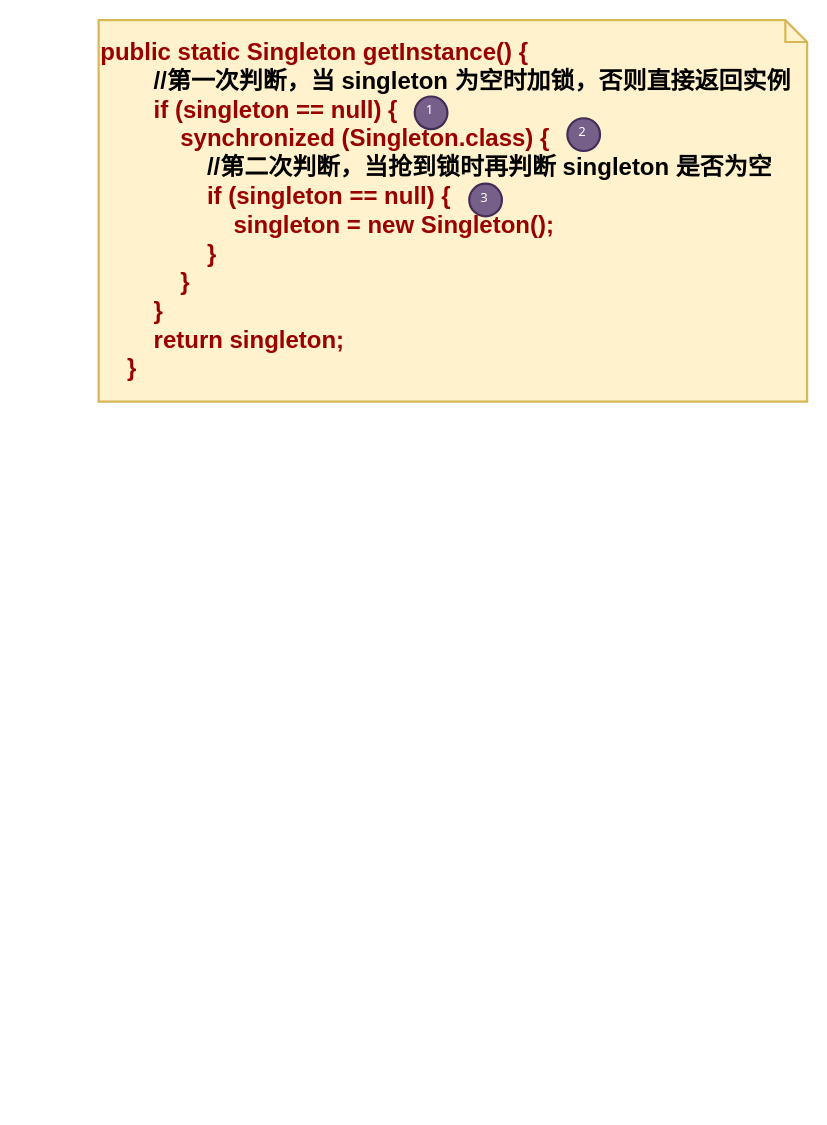
Above: 软件设计模式.drawio in C-wx/MindManager (draw.io), before the change. Source tidied: cells renumbered, new cells numbered last; positions are measured from the earlier drawing's top-left corner, leaving out a move shared by most shapes. Both pictures are drawn from the tidied source at 109%, with x=0, y=0 at pixel (98, 20).
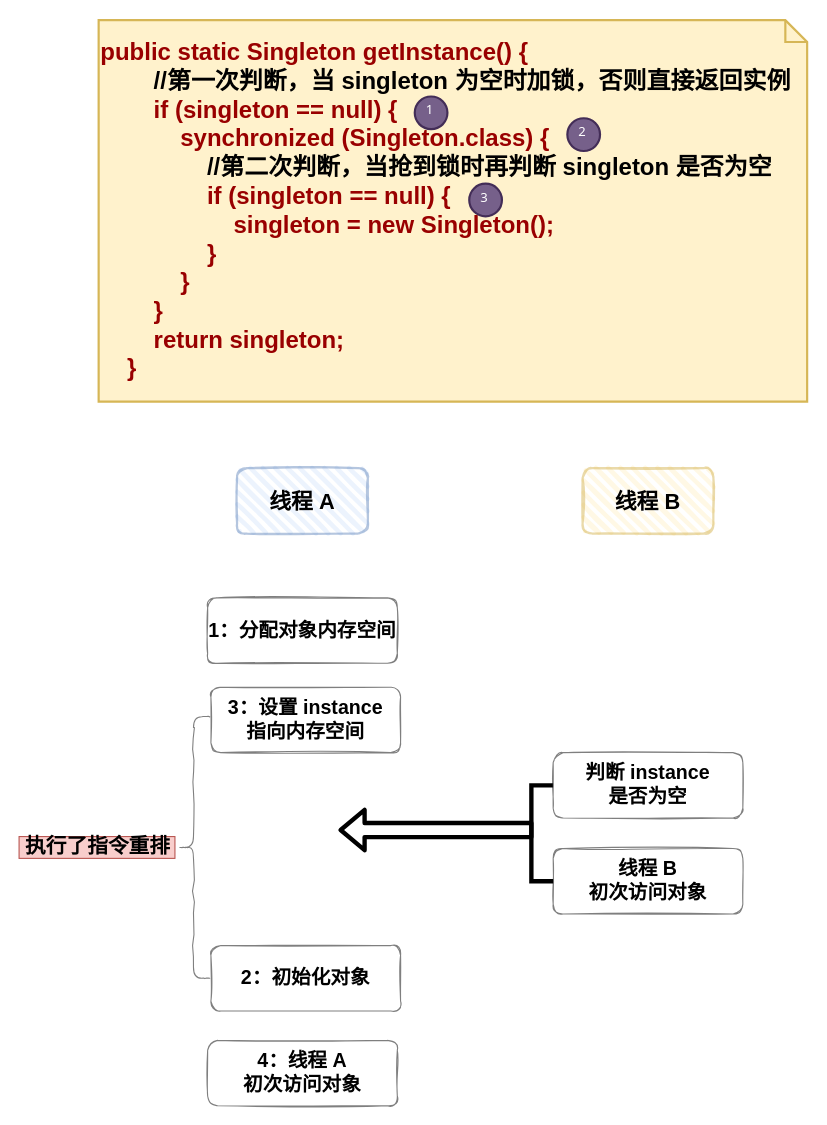
After the change.

Commit message:
Update 软件设计模式.drawio

Change to the diagram source:
```diff
@@
 <mxGraphModel>
   <root>
     <mxCell id="0" />
     <mxCell id="1" parent="0" />
     <mxCell id="2" style="group;" parent="1" vertex="1">
       <mxGeometry width="650" height="350" as="geometry" />
     </mxCell>
     <mxCell id="3" value="&lt;p style=&quot;line-height: 120%&quot;&gt;&lt;/p&gt;&lt;div style=&quot;font-size: 22px&quot; class=&quot;cs_cursor&quot;&gt;&lt;font style=&quot;font-size: 22px&quot; color=&quot;#990000&quot;&gt;&lt;b&gt;public static Singleton getInstance() {&lt;/b&gt;&lt;/font&gt;&lt;/div&gt;&lt;div style=&quot;font-size: 22px&quot; class=&quot;cs_cursor&quot;&gt;&lt;font style=&quot;font-size: 22px&quot;&gt;&lt;b&gt;&lt;font color=&quot;#990000&quot;&gt;&amp;nbsp; &amp;nbsp; &amp;nbsp; &amp;nbsp; &lt;/font&gt;&lt;font color=&quot;#000000&quot;&gt;//第一次判断，当 singleton 为空时加锁，否则直接返回实例&lt;/font&gt;&lt;/b&gt;&lt;/font&gt;&lt;/div&gt;&lt;div style=&quot;font-size: 22px&quot; class=&quot;cs_cursor&quot;&gt;&lt;font style=&quot;font-size: 22px&quot; color=&quot;#990000&quot;&gt;&lt;b&gt;&amp;nbsp; &amp;nbsp; &amp;nbsp; &amp;nbsp; if (singleton == null) {&lt;/b&gt;&lt;/font&gt;&lt;/div&gt;&lt;div style=&quot;font-size: 22px&quot; class=&quot;cs_cursor&quot;&gt;&lt;font style=&quot;font-size: 22px&quot; color=&quot;#990000&quot;&gt;&lt;b&gt;&amp;nbsp; &amp;nbsp; &amp;nbsp; &amp;nbsp; &amp;nbsp; &amp;nbsp; synchronized (Singleton.class) {&lt;/b&gt;&lt;/font&gt;&lt;/div&gt;&lt;div style=&quot;font-size: 22px&quot; class=&quot;cs_cursor&quot;&gt;&lt;font style=&quot;font-size: 22px&quot;&gt;&lt;b&gt;&lt;font color=&quot;#990000&quot;&gt;&amp;nbsp; &amp;nbsp; &amp;nbsp; &amp;nbsp; &amp;nbsp; &amp;nbsp; &amp;nbsp; &amp;nbsp; &lt;/font&gt;&lt;font color=&quot;#000000&quot;&gt;//第二次判断，当抢到锁时再判断 singleton 是否为空&lt;/font&gt;&lt;/b&gt;&lt;/font&gt;&lt;/div&gt;&lt;div style=&quot;font-size: 22px&quot; class=&quot;cs_cursor&quot;&gt;&lt;font style=&quot;font-size: 22px&quot; color=&quot;#990000&quot;&gt;&lt;b&gt;&amp;nbsp; &amp;nbsp; &amp;nbsp; &amp;nbsp; &amp;nbsp; &amp;nbsp; &amp;nbsp; &amp;nbsp; if (singleton == null) {&lt;/b&gt;&lt;/font&gt;&lt;/div&gt;&lt;div style=&quot;font-size: 22px&quot; class=&quot;cs_cursor&quot;&gt;&lt;font style=&quot;font-size: 22px&quot; color=&quot;#990000&quot;&gt;&lt;b&gt;&amp;nbsp; &amp;nbsp; &amp;nbsp; &amp;nbsp; &amp;nbsp; &amp;nbsp; &amp;nbsp; &amp;nbsp; &amp;nbsp; &amp;nbsp; singleton = new Singleton();&lt;/b&gt;&lt;/font&gt;&lt;/div&gt;&lt;div style=&quot;font-size: 22px&quot; class=&quot;cs_cursor&quot;&gt;&lt;font style=&quot;font-size: 22px&quot; color=&quot;#990000&quot;&gt;&lt;b&gt;&amp;nbsp; &amp;nbsp; &amp;nbsp; &amp;nbsp; &amp;nbsp; &amp;nbsp; &amp;nbsp; &amp;nbsp; }&lt;/b&gt;&lt;/font&gt;&lt;/div&gt;&lt;div style=&quot;font-size: 22px&quot; class=&quot;cs_cursor&quot;&gt;&lt;font style=&quot;font-size: 22px&quot; color=&quot;#990000&quot;&gt;&lt;b&gt;&amp;nbsp; &amp;nbsp; &amp;nbsp; &amp;nbsp; &amp;nbsp; &amp;nbsp; }&lt;/b&gt;&lt;/font&gt;&lt;/div&gt;&lt;div style=&quot;font-size: 22px&quot; class=&quot;cs_cursor&quot;&gt;&lt;font style=&quot;font-size: 22px&quot; color=&quot;#990000&quot;&gt;&lt;b&gt;&amp;nbsp; &amp;nbsp; &amp;nbsp; &amp;nbsp; }&lt;/b&gt;&lt;/font&gt;&lt;/div&gt;&lt;div style=&quot;font-size: 22px&quot; class=&quot;cs_cursor&quot;&gt;&lt;font style=&quot;font-size: 22px&quot; color=&quot;#990000&quot;&gt;&lt;b&gt;&amp;nbsp; &amp;nbsp; &amp;nbsp; &amp;nbsp; return singleton;&lt;/b&gt;&lt;/font&gt;&lt;/div&gt;&lt;div style=&quot;font-size: 22px&quot; class=&quot;cs_cursor&quot;&gt;&lt;font style=&quot;font-size: 22px&quot; color=&quot;#990000&quot;&gt;&lt;b&gt;&amp;nbsp; &amp;nbsp; }&lt;/b&gt;&lt;/font&gt;&lt;/div&gt;&lt;p&gt;&lt;/p&gt;" style="shape=note;strokeWidth=2;fontSize=14;size=20;whiteSpace=wrap;html=1;fillColor=#fff2cc;strokeColor=#d6b656;fontColor=#666600;align=left;" parent="2" vertex="1">
       <mxGeometry width="650" height="350" as="geometry" />
     </mxCell>
     <mxCell id="4" value="1" style="ellipse;whiteSpace=wrap;html=1;strokeWidth=2;fontFamily=Tahoma;spacingBottom=4;spacingRight=2;strokeColor=#432D57;fillColor=#76608a;fontColor=#ffffff;" parent="2" vertex="1">
       <mxGeometry x="290" y="70" width="30" height="30" as="geometry" />
     </mxCell>
     <mxCell id="5" value="2" style="ellipse;whiteSpace=wrap;html=1;strokeWidth=2;fontFamily=Tahoma;spacingBottom=4;spacingRight=2;strokeColor=#432D57;fillColor=#76608a;fontColor=#ffffff;" parent="2" vertex="1">
       <mxGeometry x="430" y="90" width="30" height="30" as="geometry" />
     </mxCell>
     <mxCell id="6" value="3" style="ellipse;whiteSpace=wrap;html=1;strokeWidth=2;fontFamily=Tahoma;spacingBottom=4;spacingRight=2;strokeColor=#432D57;fillColor=#76608a;fontColor=#ffffff;" parent="2" vertex="1">
       <mxGeometry x="340" y="150" width="30" height="30" as="geometry" />
     </mxCell>
+    <mxCell id="7" value="&lt;font size=&quot;1&quot;&gt;&lt;b style=&quot;font-size: 20px&quot;&gt;线程 A&lt;/b&gt;&lt;/font&gt;" style="rounded=1;whiteSpace=wrap;html=1;strokeWidth=2;fillWeight=4;hachureGap=8;hachureAngle=45;fillColor=#dae8fc;sketch=1;shadow=0;opacity=50;strokeColor=#6c8ebf;" parent="1" vertex="1">
+      <mxGeometry x="127" y="411" width="120" height="60" as="geometry" />
+    </mxCell>
+    <mxCell id="8" value="&lt;font size=&quot;1&quot;&gt;&lt;b style=&quot;font-size: 20px&quot;&gt;线程 B&lt;/b&gt;&lt;/font&gt;" style="rounded=1;whiteSpace=wrap;html=1;strokeWidth=2;fillWeight=4;hachureGap=8;hachureAngle=45;fillColor=#fff2cc;sketch=1;shadow=0;opacity=50;strokeColor=#d6b656;" parent="1" vertex="1">
+      <mxGeometry x="444" y="411" width="120" height="60" as="geometry" />
+    </mxCell>
+    <mxCell id="9" value="&lt;b style=&quot;font-size: 18px&quot;&gt;1：分配对象内存空间&lt;/b&gt;" style="rounded=1;whiteSpace=wrap;html=1;shadow=0;comic=1;opacity=50;sketch=1;" parent="1" vertex="1">
+      <mxGeometry x="100" y="530" width="174" height="60" as="geometry" />
+    </mxCell>
+    <mxCell id="10" value="&lt;b style=&quot;font-size: 18px&quot;&gt;3：设置 instance &lt;br&gt;指向内存空间&lt;/b&gt;" style="rounded=1;whiteSpace=wrap;html=1;shadow=0;comic=1;opacity=50;sketch=1;" parent="1" vertex="1">
+      <mxGeometry x="103" y="612" width="174" height="60" as="geometry" />
+    </mxCell>
+    <mxCell id="11" value="&lt;b style=&quot;font-size: 18px&quot;&gt;2：初始化对象&lt;/b&gt;" style="rounded=1;whiteSpace=wrap;html=1;shadow=0;comic=1;opacity=50;sketch=1;" parent="1" vertex="1">
+      <mxGeometry x="103" y="849" width="174" height="60" as="geometry" />
+    </mxCell>
+    <mxCell id="12" value="&lt;b style=&quot;font-size: 18px&quot;&gt;4：线程 A &lt;br&gt;初次访问对象&lt;/b&gt;" style="rounded=1;whiteSpace=wrap;html=1;shadow=0;comic=1;opacity=50;sketch=1;" parent="1" vertex="1">
+      <mxGeometry x="100" y="936" width="174" height="60" as="geometry" />
+    </mxCell>
+    <mxCell id="13" style="edgeStyle=orthogonalEdgeStyle;rounded=0;jettySize=auto;html=1;exitX=0;exitY=0.5;exitDx=0;exitDy=0;entryX=0;entryY=0.5;entryDx=0;entryDy=0;strokeWidth=4;endArrow=none;endFill=0;" parent="1" edge="1" source="14" target="15">
+      <mxGeometry relative="1" as="geometry" />
+    </mxCell>
+    <mxCell id="14" value="&lt;span style=&quot;font-size: 18px&quot;&gt;&lt;b class=&quot;cs_cursor&quot;&gt;判断 instance &lt;br&gt;是否为空&lt;/b&gt;&lt;/span&gt;" style="rounded=1;whiteSpace=wrap;html=1;shadow=0;comic=1;opacity=50;sketch=1;" parent="1" vertex="1">
+      <mxGeometry x="417" y="672" width="174" height="60" as="geometry" />
+    </mxCell>
+    <mxCell id="15" value="&lt;b style=&quot;font-size: 18px&quot;&gt;线程 B&lt;br&gt;初次访问对象&lt;/b&gt;" style="rounded=1;whiteSpace=wrap;html=1;shadow=0;comic=1;opacity=50;sketch=1;" parent="1" vertex="1">
+      <mxGeometry x="417" y="760" width="174" height="60" as="geometry" />
+    </mxCell>
+    <mxCell id="16" style="shape=curlyBracket;whiteSpace=wrap;html=1;rounded=1;shadow=0;comic=1;sketch=0;opacity=50;" parent="1" vertex="1">
+      <mxGeometry x="72" y="639" width="30" height="240" as="geometry" />
+    </mxCell>
+    <mxCell id="17" value="&lt;b&gt;&lt;font style=&quot;font-size: 19px&quot;&gt;执行了指令重排&lt;/font&gt;&lt;/b&gt;" style="text;html=1;align=center;verticalAlign=middle;fillColor=#f8cecc;strokeColor=#b85450;" parent="1" vertex="1">
+      <mxGeometry x="-73" y="749" width="143" height="20" as="geometry" />
+    </mxCell>
+    <mxCell id="18" style="shape=flexArrow;endArrow=classic;html=1;strokeWidth=4;" parent="1" edge="1">
+      <mxGeometry relative="1" as="geometry">
+        <mxPoint x="399" y="743" as="sourcePoint" />
+        <mxPoint x="220" y="743" as="targetPoint" />
+      </mxGeometry>
+    </mxCell>
   </root>
 </mxGraphModel>
```
